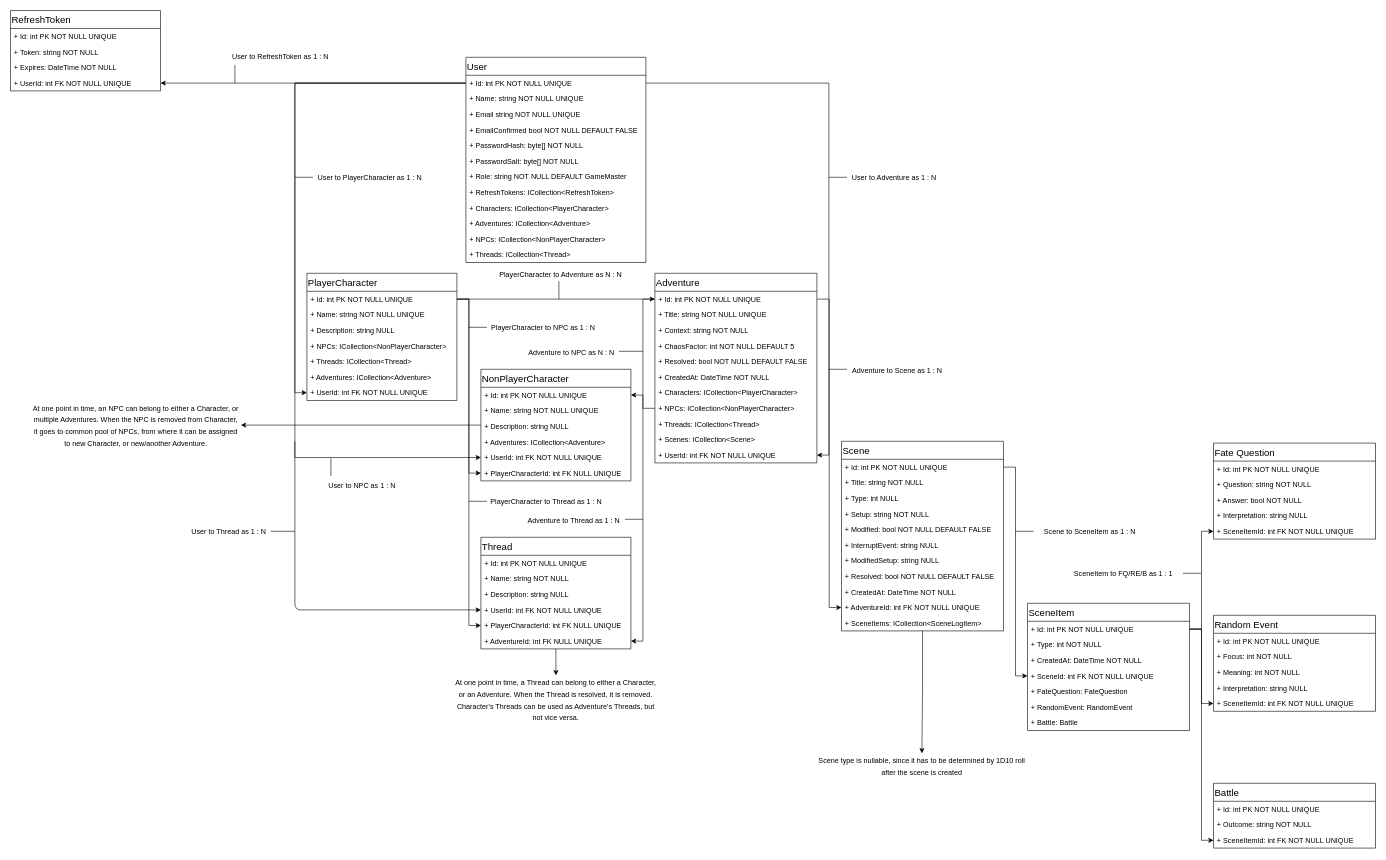
StanisKo/MGME keeps this draw.io diagram as page "Data Structure" (3 of 3) of App Flow and Data Structure.drawio. Above is the earlier version. Source tidied: cells renumbered, new cells numbered last; positions are measured from the earlier drawing's top-left corner, leaving out a move shared by most shapes. Both pictures are drawn from the tidied source at 60%, with x=0, y=0 at pixel (10, 10).
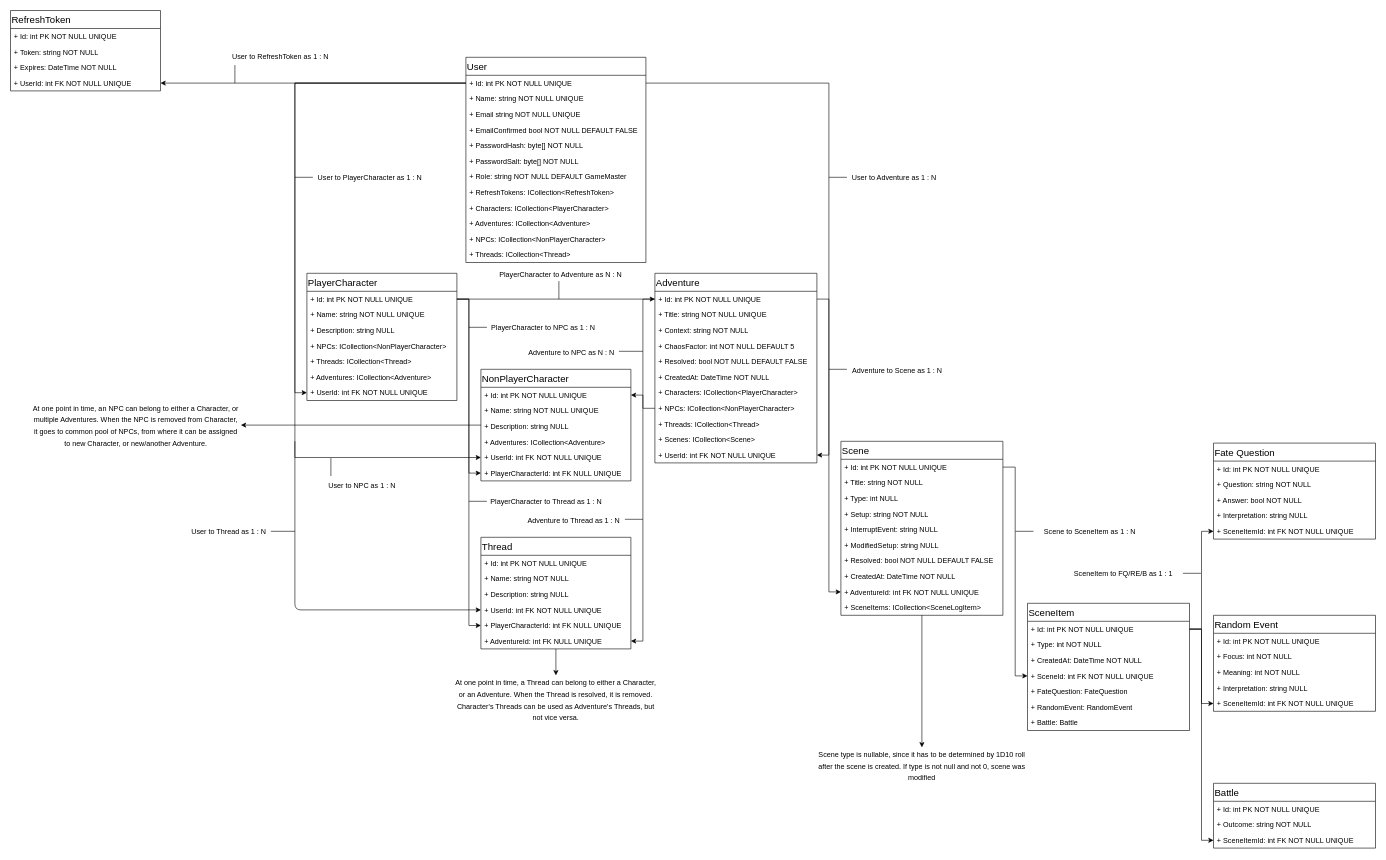
Above is the later version.

What changed in the source:
```diff
@@
     <mxCell id="52" value="Scene" style="swimlane;fontStyle=0;align=left;verticalAlign=top;horizontal=1;startSize=30;rounded=0;strokeColor=#000000;strokeWidth=1;fillColor=none;fontSize=16;fontColor=#000000;" parent="1" vertex="1">
-      <mxGeometry x="1385" y="718" width="270" height="316" as="geometry" />
+      <mxGeometry x="1384" y="718" width="270" height="290" as="geometry" />
     </mxCell>
@@
-    <mxCell id="57" value="+ Modified: bool NOT NULL DEFAULT FALSE" style="text;strokeColor=none;fillColor=none;align=left;verticalAlign=top;spacingLeft=4;spacingRight=4;overflow=hidden;" parent="52" vertex="1">
-      <mxGeometry y="134" width="270" height="26" as="geometry" />
-    </mxCell>
     <mxCell id="58" value="+ InterruptEvent: string NULL" style="text;strokeColor=none;fillColor=none;align=left;verticalAlign=top;spacingLeft=4;spacingRight=4;overflow=hidden;" parent="52" vertex="1">
-      <mxGeometry y="160" width="270" height="26" as="geometry" />
+      <mxGeometry y="134" width="270" height="26" as="geometry" />
     </mxCell>
     <mxCell id="59" value="+ ModifiedSetup: string NULL" style="text;strokeColor=none;fillColor=none;align=left;verticalAlign=top;spacingLeft=4;spacingRight=4;overflow=hidden;" parent="52" vertex="1">
-      <mxGeometry y="186" width="270" height="26" as="geometry" />
+      <mxGeometry y="160" width="270" height="26" as="geometry" />
     </mxCell>
     <mxCell id="60" value="+ Resolved: bool NOT NULL DEFAULT FALSE" style="text;strokeColor=none;fillColor=none;align=left;verticalAlign=top;spacingLeft=4;spacingRight=4;overflow=hidden;" parent="52" vertex="1">
-      <mxGeometry y="212" width="270" height="26" as="geometry" />
+      <mxGeometry y="186" width="270" height="26" as="geometry" />
     </mxCell>
     <mxCell id="61" value="+ CreatedAt: DateTime NOT NULL" style="text;strokeColor=none;fillColor=none;align=left;verticalAlign=top;spacingLeft=4;spacingRight=4;overflow=hidden;" parent="52" vertex="1">
-      <mxGeometry y="238" width="270" height="26" as="geometry" />
+      <mxGeometry y="212" width="270" height="26" as="geometry" />
     </mxCell>
     <mxCell id="62" value="+ AdventureId: int FK NOT NULL UNIQUE" style="text;strokeColor=none;fillColor=none;align=left;verticalAlign=top;spacingLeft=4;spacingRight=4;overflow=hidden;points=[[0,0.5],[1,0.5]];portConstraint=eastwest;" parent="52" vertex="1">
-      <mxGeometry y="264" width="270" height="26" as="geometry" />
+      <mxGeometry y="238" width="270" height="26" as="geometry" />
     </mxCell>
     <mxCell id="63" value="+ SceneItems: ICollection&lt;SceneLogItem&gt;" style="text;strokeColor=none;fillColor=none;align=left;verticalAlign=top;spacingLeft=4;spacingRight=4;overflow=hidden;" parent="52" vertex="1">
-      <mxGeometry y="290" width="270" height="26" as="geometry" />
+      <mxGeometry y="264" width="270" height="26" as="geometry" />
     </mxCell>
@@
-    <mxCell id="99" value="&lt;font style=&quot;font-size: 12px&quot;&gt;Scene type is nullable, since it has to be determined by 1D10 roll after the scene is created&lt;/font&gt;" style="text;html=1;strokeColor=none;fillColor=none;align=center;verticalAlign=middle;whiteSpace=wrap;rounded=0;fontSize=16;fontColor=#000000;" parent="1" vertex="1">
+    <mxCell id="99" value="&lt;font style=&quot;font-size: 12px&quot;&gt;Scene type is nullable, since it has to be determined by 1D10 roll after the scene is created. If type is not null and not 0, scene was modified&lt;/font&gt;" style="text;html=1;strokeColor=none;fillColor=none;align=center;verticalAlign=middle;whiteSpace=wrap;rounded=0;fontSize=16;fontColor=#000000;" parent="1" vertex="1">
       <mxGeometry x="1344" y="1248" width="350" height="20" as="geometry" />
     </mxCell>
     <mxCell id="100" style="edgeStyle=orthogonalEdgeStyle;rounded=0;jettySize=auto;html=1;strokeWidth=1;fontSize=16;fontColor=#000000;" parent="1" edge="1" source="52">
       <mxGeometry relative="1" as="geometry">
-        <mxPoint x="1519" y="1238" as="targetPoint" />
+        <mxPoint x="1519" y="1228" as="targetPoint" />
       </mxGeometry>
     </mxCell>
```
